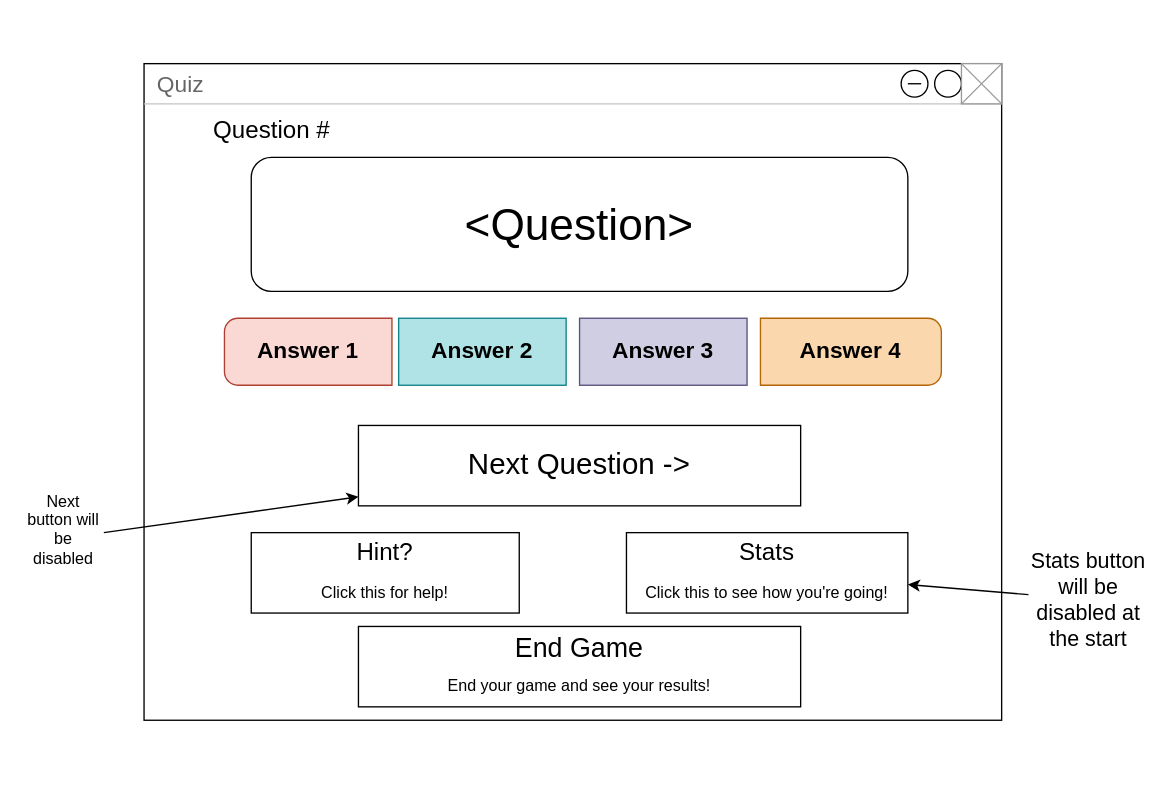
This is quiz_planning.drawio from Fairihunt/Quiz, a draw.io file, before an edit. Source tidied: cells renumbered, new cells numbered last; positions are measured from the earlier drawing's top-left corner, leaving out a move shared by most shapes. Both pictures are drawn from the tidied source at 134%, with x=0, y=0 at pixel (23, 63).
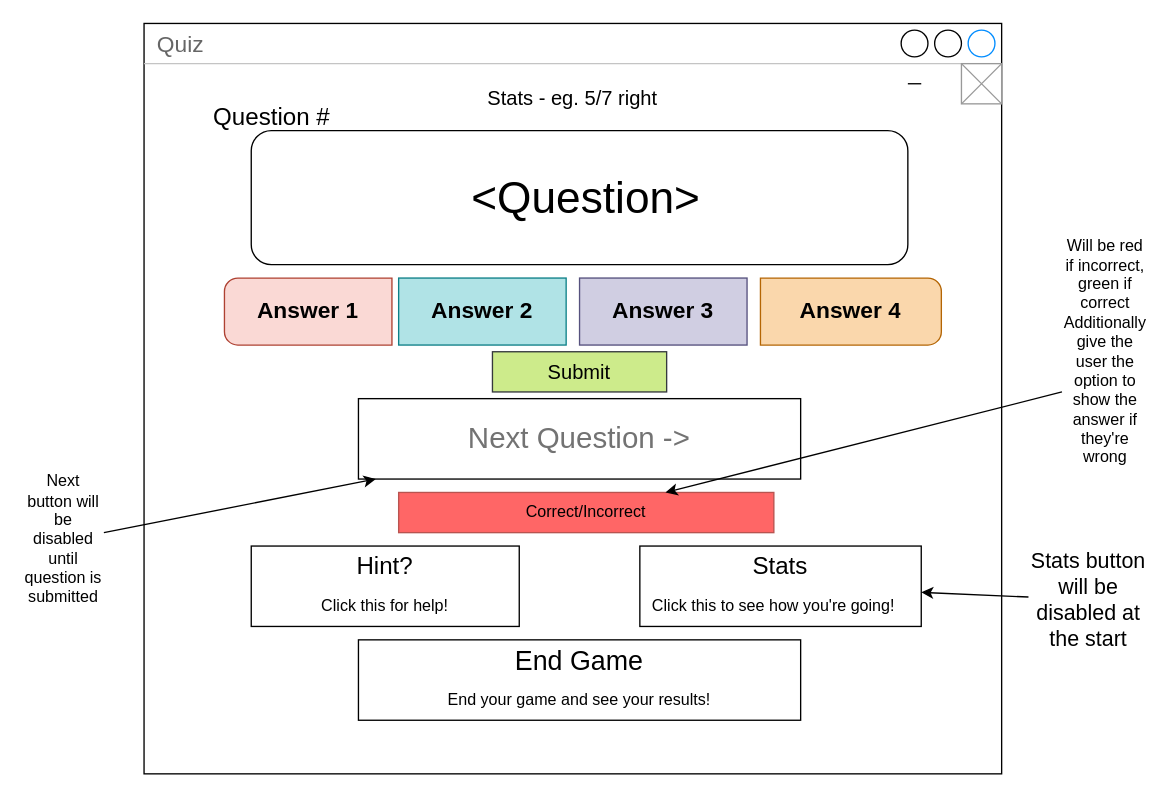
Above is the later version.

Change to the diagram source:
```diff
@@
     <mxCell id="2" value="Quiz" style="strokeWidth=1;shadow=0;dashed=0;align=center;html=1;shape=mxgraph.mockup.containers.window;align=left;verticalAlign=top;spacingLeft=8;strokeColor2=#008cff;strokeColor3=#c4c4c4;fontColor=#666666;mainText=;fontSize=17;labelBackgroundColor=none;whiteSpace=wrap;" parent="1" vertex="1">
-      <mxGeometry x="90" width="640" height="490" as="geometry" />
+      <mxGeometry x="90" y="-30" width="640" height="560" as="geometry" />
     </mxCell>
     <mxCell id="3" style="swimlane;shape=mxgraph.bootstrap.anchor;fontStyle=0;horizontal=0;startSize=0;whiteSpace=wrap;html=1;fillColor=#b0e3e6;strokeColor=#0e8088;" parent="1" vertex="1">
-      <mxGeometry x="280" y="190" width="125" height="50" as="geometry" />
+      <mxGeometry x="280" y="160" width="125" height="50" as="geometry" />
     </mxCell>
@@
     <mxCell id="5" style="rounded=1;whiteSpace=wrap;html=1;" parent="1" vertex="1">
-      <mxGeometry x="170" y="70" width="490" height="100" as="geometry" />
+      <mxGeometry x="170" y="50" width="490" height="100" as="geometry" />
     </mxCell>
     <mxCell id="6" style="rounded=0;whiteSpace=wrap;html=1;" parent="1" vertex="1">
-      <mxGeometry x="170" y="350" width="200" height="60" as="geometry" />
+      <mxGeometry x="170" y="360" width="200" height="60" as="geometry" />
     </mxCell>
     <mxCell id="7" style="rounded=0;whiteSpace=wrap;html=1;" parent="1" vertex="1">
-      <mxGeometry x="450" y="350" width="210" height="60" as="geometry" />
+      <mxGeometry x="460" y="360" width="210" height="60" as="geometry" />
     </mxCell>
@@
     <mxCell id="10" value="&lt;font style=&quot;font-size: 33px;&quot;&gt;&amp;lt;Question&amp;gt;&lt;/font&gt;" style="text;html=1;whiteSpace=wrap;strokeColor=none;fillColor=none;align=center;verticalAlign=middle;rounded=0;" parent="1" vertex="1">
-      <mxGeometry x="170" y="70" width="490" height="100" as="geometry" />
+      <mxGeometry x="175" y="50" width="490" height="100" as="geometry" />
     </mxCell>
     <mxCell id="11" value="Answer 1" style="text;align=center;verticalAlign=middle;spacingLeft=10;spacingRight=10;overflow=hidden;whiteSpace=wrap;html=1;shape=mxgraph.mockup.leftButton;rSize=10;fontSize=17;fontStyle=1;strokeWidth=1;strokeColor=#ae4132;fillColor=#fad9d5;" parent="1" vertex="1">
-      <mxGeometry x="150" y="190" width="125" height="50" as="geometry" />
+      <mxGeometry x="150" y="160" width="125" height="50" as="geometry" />
     </mxCell>
     <mxCell id="12" value="Answer 4" style="text;strokeColor=#b46504;align=center;verticalAlign=middle;spacingLeft=10;spacingRight=10;overflow=hidden;whiteSpace=wrap;html=1;shape=mxgraph.mockup.rightButton;rSize=10;fillColor=#fad7ac;fontSize=17;fontStyle=1;" parent="1" vertex="1">
-      <mxGeometry x="550" y="190" width="135" height="50" as="geometry" />
+      <mxGeometry x="550" y="160" width="135" height="50" as="geometry" />
     </mxCell>
     <mxCell id="13" value="Answer 3" style="text;strokeColor=#56517e;align=center;verticalAlign=middle;spacingLeft=10;spacingRight=10;overflow=hidden;whiteSpace=wrap;html=1;rSize=5;fillColor=#d0cee2;fontSize=17;fontStyle=1;" parent="1" vertex="1">
-      <mxGeometry x="415" y="190" width="125" height="50" as="geometry" />
+      <mxGeometry x="415" y="160" width="125" height="50" as="geometry" />
     </mxCell>
@@
     <mxCell id="16" value="&lt;div style=&quot;&quot;&gt;&lt;span style=&quot;font-size: 18px; background-color: transparent; color: light-dark(rgb(0, 0, 0), rgb(255, 255, 255));&quot;&gt;Question #&lt;/span&gt;&lt;/div&gt;" style="text;html=1;whiteSpace=wrap;strokeColor=none;fillColor=none;align=left;verticalAlign=middle;rounded=0;" parent="1" vertex="1">
-      <mxGeometry x="140" y="30" width="550" height="40" as="geometry" />
+      <mxGeometry x="140" y="20" width="550" height="40" as="geometry" />
     </mxCell>
-    <mxCell id="17" value="&lt;font style=&quot;font-size: 22px;&quot;&gt;Next Question -&amp;gt;&lt;/font&gt;" style="rounded=0;whiteSpace=wrap;html=1;" parent="1" vertex="1">
-      <mxGeometry x="250" y="270" width="330" height="60" as="geometry" />
+    <mxCell id="17" value="&lt;font style=&quot;font-size: 22px; color: rgb(115, 115, 115);&quot;&gt;Next Question -&amp;gt;&lt;/font&gt;" style="rounded=0;whiteSpace=wrap;html=1;" parent="1" vertex="1">
+      <mxGeometry x="250" y="250" width="330" height="60" as="geometry" />
     </mxCell>
     <mxCell id="18" style="rounded=0;whiteSpace=wrap;html=1;" parent="1" vertex="1">
-      <mxGeometry x="250" y="420" width="330" height="60" as="geometry" />
+      <mxGeometry x="250" y="430" width="330" height="60" as="geometry" />
     </mxCell>
     <mxCell id="19" value="Click this to see how you're going!" style="text;html=1;whiteSpace=wrap;strokeColor=none;fillColor=none;align=center;verticalAlign=middle;rounded=0;" parent="1" vertex="1">
-      <mxGeometry x="450" y="380" width="210" height="30" as="geometry" />
+      <mxGeometry x="455" y="390" width="210" height="30" as="geometry" />
     </mxCell>
     <mxCell id="20" value="&lt;font style=&quot;font-size: 18px;&quot;&gt;Stats&lt;/font&gt;" style="text;html=1;whiteSpace=wrap;strokeColor=none;fillColor=none;align=center;verticalAlign=middle;rounded=0;" parent="1" vertex="1">
-      <mxGeometry x="450" y="350" width="210" height="30" as="geometry" />
+      <mxGeometry x="460" y="360" width="210" height="30" as="geometry" />
     </mxCell>
     <mxCell id="21" value="Click this for help!" style="text;html=1;whiteSpace=wrap;strokeColor=none;fillColor=none;align=center;verticalAlign=middle;rounded=0;" parent="1" vertex="1">
-      <mxGeometry x="170" y="380" width="200" height="30" as="geometry" />
+      <mxGeometry x="170" y="390" width="200" height="30" as="geometry" />
     </mxCell>
     <mxCell id="22" value="&lt;font style=&quot;font-size: 18px;&quot;&gt;Hint?&lt;/font&gt;" style="text;html=1;whiteSpace=wrap;strokeColor=none;fillColor=none;align=center;verticalAlign=middle;rounded=0;" parent="1" vertex="1">
-      <mxGeometry x="170" y="350" width="200" height="30" as="geometry" />
+      <mxGeometry x="170" y="360" width="200" height="30" as="geometry" />
     </mxCell>
     <mxCell id="23" value="&lt;font style=&quot;font-size: 20px;&quot;&gt;End Game&lt;/font&gt;" style="text;html=1;whiteSpace=wrap;strokeColor=none;fillColor=none;align=center;verticalAlign=middle;rounded=0;" parent="1" vertex="1">
-      <mxGeometry x="250" y="420" width="330" height="30" as="geometry" />
+      <mxGeometry x="250" y="430" width="330" height="30" as="geometry" />
     </mxCell>
     <mxCell id="24" value="End your game and see your results!" style="text;html=1;whiteSpace=wrap;strokeColor=none;fillColor=none;align=center;verticalAlign=middle;rounded=0;" parent="1" vertex="1">
-      <mxGeometry x="250" y="450" width="330" height="30" as="geometry" />
+      <mxGeometry x="250" y="460" width="330" height="30" as="geometry" />
     </mxCell>
@@
-    <mxCell id="26" value="Next button will be disabled&lt;div&gt;&lt;br&gt;&lt;/div&gt;" style="text;html=1;whiteSpace=wrap;strokeColor=none;fillColor=none;align=center;verticalAlign=middle;rounded=0;" parent="1" vertex="1">
+    <mxCell id="26" value="Next button will be disabled&lt;div&gt;until question is submitted&lt;/div&gt;" style="text;html=1;whiteSpace=wrap;strokeColor=none;fillColor=none;align=center;verticalAlign=middle;rounded=0;" parent="1" vertex="1">
       <mxGeometry y="340" width="60" height="30" as="geometry" />
     </mxCell>
+    <mxCell id="27" value="&lt;font style=&quot;font-size: 15px;&quot;&gt;Stats - eg. 5/7 right&lt;/font&gt;" style="text;html=1;whiteSpace=wrap;strokeColor=none;fillColor=none;align=center;verticalAlign=middle;rounded=0;" parent="1" vertex="1">
+      <mxGeometry x="185" y="10" width="450" height="30" as="geometry" />
+    </mxCell>
+    <mxCell id="28" value="Correct/Incorrect" style="rounded=0;whiteSpace=wrap;html=1;fillColor=#FF6666;strokeColor=#b85450;gradientColor=none;gradientDirection=north;" parent="1" vertex="1">
+      <mxGeometry x="280" y="320" width="280" height="30" as="geometry" />
+    </mxCell>
+    <mxCell id="29" style="endArrow=classic;html=1;rounded=0;exitX=0;exitY=1;exitDx=0;exitDy=0;" parent="1" edge="1" source="30" target="28">
+      <mxGeometry relative="1" as="geometry" />
+    </mxCell>
+    <mxCell id="30" value="Will be red if incorrect, green if correct&lt;div&gt;Additionally give the user the option to show the answer if they're wrong&lt;/div&gt;" style="text;html=1;whiteSpace=wrap;strokeColor=none;fillColor=none;align=center;verticalAlign=middle;rounded=0;" parent="1" vertex="1">
+      <mxGeometry x="775" y="185" width="65" height="60" as="geometry" />
+    </mxCell>
+    <mxCell id="31" value="&lt;font style=&quot;font-size: 15px; color: rgb(0, 0, 0);&quot;&gt;Submit&lt;/font&gt;" style="rounded=0;whiteSpace=wrap;html=1;fillColor=#cdeb8b;strokeColor=#36393d;" parent="1" vertex="1">
+      <mxGeometry x="350" y="215" width="130" height="30" as="geometry" />
+    </mxCell>
```
